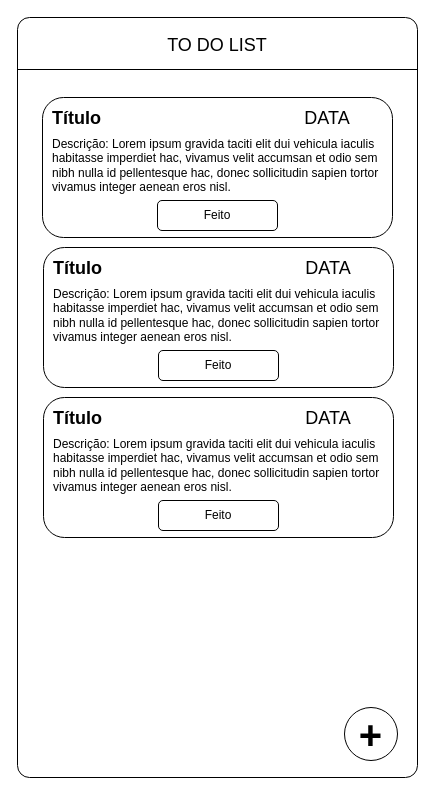
Earlier version of the draw.io diagram page "LAYOUT" (1 of 2) of To do list layout.drawio (NativiXK/ToDoList). Source tidied: cells renumbered, new cells numbered last; positions are measured from the earlier drawing's top-left corner, leaving out a move shared by most shapes. Both pictures are drawn from the tidied source at 100%, with x=0, y=0 at pixel (17, 17).
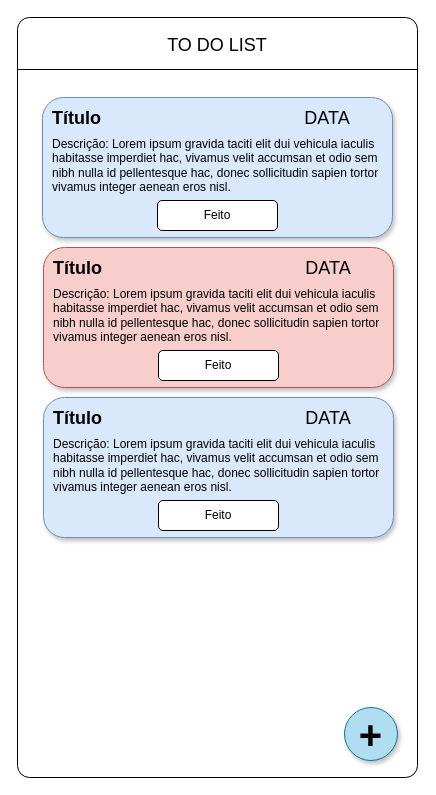
After the change.

Commit message (it also covers changes not shown here):
Created a card view in Drawio

Diff of the diagram source:
```diff
@@
-    <mxCell id="3" style="rounded=1;whiteSpace=wrap;html=1;" parent="1" vertex="1">
+    <mxCell id="3" style="rounded=1;whiteSpace=wrap;html=1;fillColor=#dae8fc;strokeColor=#6c8ebf;shadow=1;" parent="1" vertex="1">
       <mxGeometry x="25" y="80" width="350" height="140" as="geometry" />
     </mxCell>
@@
-    <mxCell id="10" style="rounded=1;whiteSpace=wrap;html=1;" parent="1" vertex="1">
+    <mxCell id="10" style="rounded=1;whiteSpace=wrap;html=1;fillColor=#f8cecc;strokeColor=#b85450;shadow=1;" parent="1" vertex="1">
       <mxGeometry x="26" y="230" width="350" height="140" as="geometry" />
     </mxCell>
@@
-    <mxCell id="15" style="rounded=1;whiteSpace=wrap;html=1;" parent="1" vertex="1">
+    <mxCell id="15" style="rounded=1;whiteSpace=wrap;html=1;fillColor=#dae8fc;strokeColor=#6c8ebf;shadow=1;" parent="1" vertex="1">
       <mxGeometry x="26" y="380" width="350" height="140" as="geometry" />
     </mxCell>
@@
-    <mxCell id="20" value="+" style="ellipse;whiteSpace=wrap;html=1;fontSize=40;fontStyle=1;" parent="1" vertex="1">
+    <mxCell id="20" value="+" style="ellipse;whiteSpace=wrap;html=1;fontSize=40;fontStyle=1;fillColor=#b1ddf0;strokeColor=#10739e;shadow=1;" parent="1" vertex="1">
       <mxGeometry x="327" y="690" width="53" height="53" as="geometry" />
     </mxCell>
```
